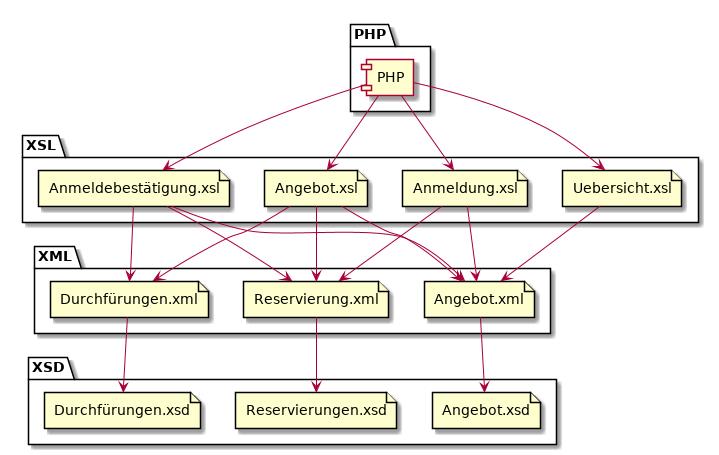
Before: doc/pitch/architecture.png, a diagram exported from PlantUML (timofurrer/hslu-xml-technologies).
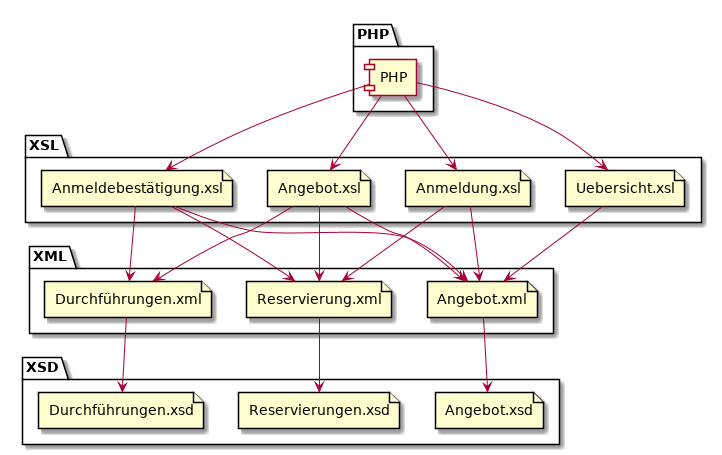
After the change.

The edit, as a diff of the source:
```diff
@@ -19,30 +19,30 @@
 package XML {
     file Reservierung.xml as reservierungXML
     file Angebot.xml as angebotXML
-    file Durchfürungen.xml as durchfuerungenXML
+    file Durchführungen.xml as durchfuehrungenXML
 }
 
 overview -down-> angebotXML
 
 angebot -down-> angebotXML
 angebot -down-> reservierungXML
-angebot -down-> durchfuerungenXML
+angebot -down-> durchfuehrungenXML
 
 anmeldung -down-> angebotXML
 anmeldung -down-> reservierungXML
 
 bestaetigung -down-> angebotXML
-bestaetigung -down-> durchfuerungenXML
+bestaetigung -down-> durchfuehrungenXML
 bestaetigung -down-> reservierungXML
 
 package XSD {
     file Reservierungen.xsd as reservierungXSD
     file Angebot.xsd as angebotXSD
-    file Durchfürungen.xsd as durchfuerungenXSD
+    file Durchführungen.xsd as durchfuerungenXSD
 }
 
 angebotXML -down-> angebotXSD
-durchfuerungenXML -down-> durchfuerungenXSD
+durchfuehrungenXML -down-> durchfuerungenXSD
 reservierungXML -down-> reservierungXSD
 
 
```
